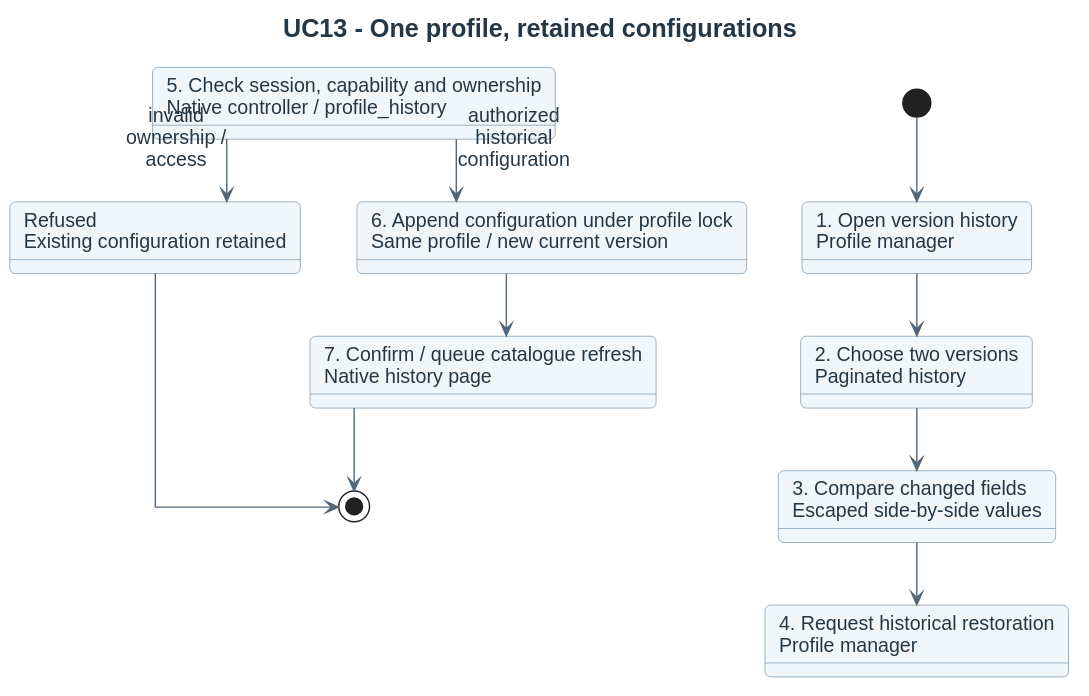
This is docs/diagrams/requirements/use-case-details/uc13-profile-history.svg from didactika/moodle-local_coursefiles, a PlantUML export, as it was before one commit. Source of this version:
```plantuml
@startuml
!include ../../_style.puml
title UC13 - One profile, retained configurations
top to bottom direction
state "1. Open version history\nProfile manager" as Open
state "2. Choose two versions\nPaginated history" as Choose
state "3. Compare changed fields\nEscaped side-by-side values" as Compare
state "4. Request historical restoration\nProfile manager" as Restore
state "5. Check session, capability and ownership\nNative controller / profile_history" as Check
state "6. Append configuration under profile lock\nSame profile / new current version" as Save
state "7. Confirm / queue catalogue refresh\nNative history page" as Result
state "Refused\nExisting configuration retained" as Refused
[*] --> Open
Open --> Choose
Choose --> Compare
Compare --> Restore
Restore --> Check
Check --> Save : authorized historical configuration
Check -right-> Refused : invalid ownership / access
Save --> Result
Result --> [*]
Refused --> [*]
@enduml
```
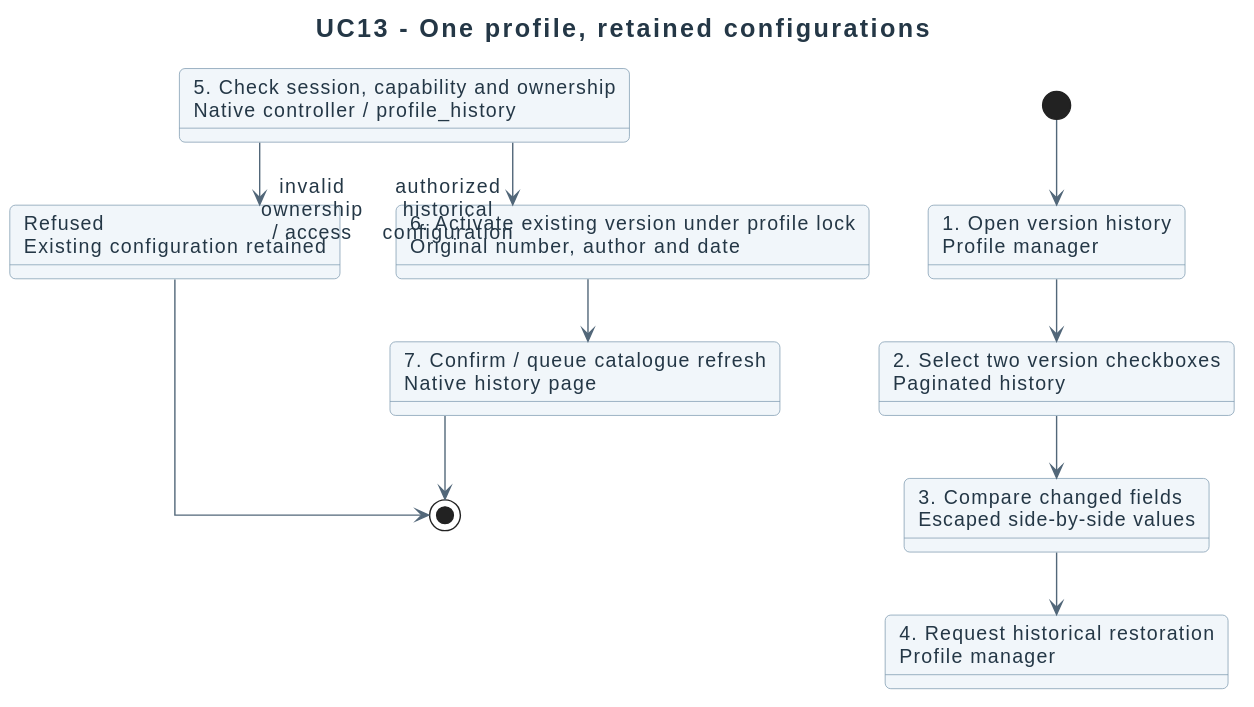
After the commit.

What changed in the source:
```diff
@@ -3,11 +3,11 @@
 title UC13 - One profile, retained configurations
 top to bottom direction
 state "1. Open version history\nProfile manager" as Open
-state "2. Choose two versions\nPaginated history" as Choose
+state "2. Select two version checkboxes\nPaginated history" as Choose
 state "3. Compare changed fields\nEscaped side-by-side values" as Compare
 state "4. Request historical restoration\nProfile manager" as Restore
 state "5. Check session, capability and ownership\nNative controller / profile_history" as Check
-state "6. Append configuration under profile lock\nSame profile / new current version" as Save
+state "6. Activate existing version under profile lock\nOriginal number, author and date" as Save
 state "7. Confirm / queue catalogue refresh\nNative history page" as Result
 state "Refused\nExisting configuration retained" as Refused
 [*] --> Open
```
